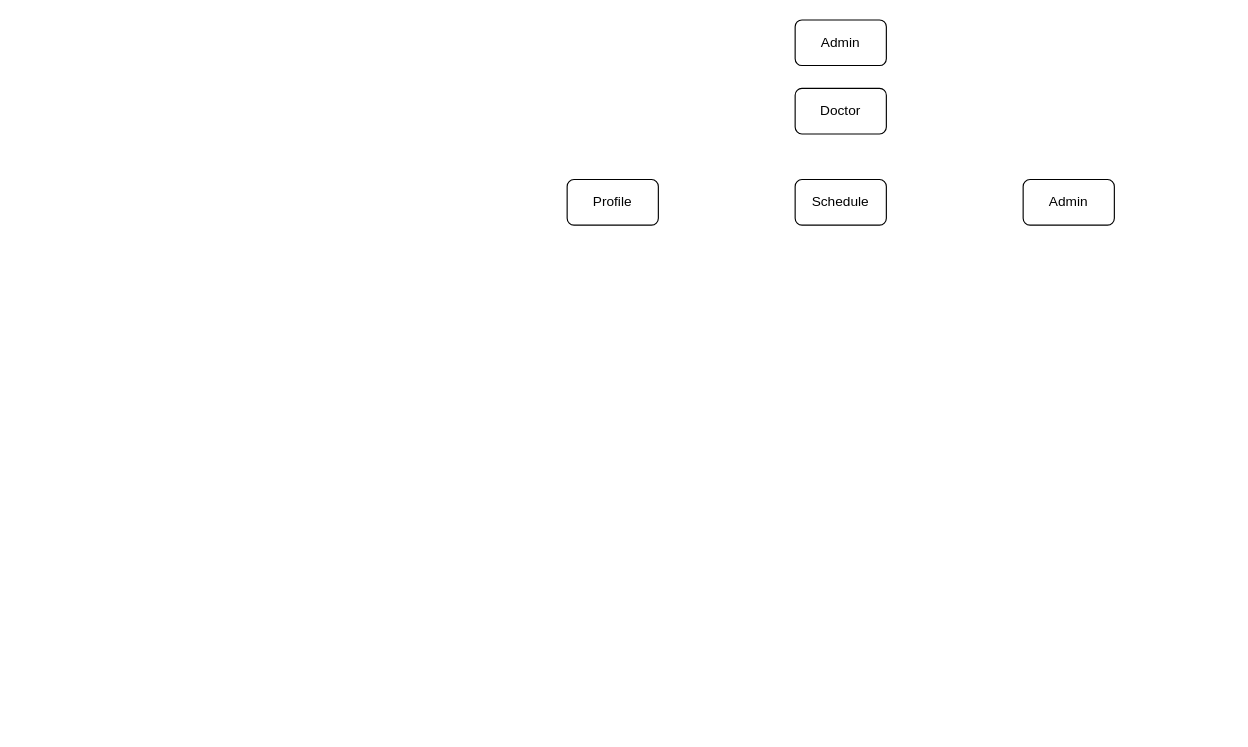
Above: page "Doctor" (2 of 3) of carenting.drawio in Aadi2001/Carenting (draw.io), before the change. Source tidied: cells renumbered, new cells numbered last; positions are measured from the earlier drawing's top-left corner, leaving out a move shared by most shapes. Both pictures are drawn from the tidied source at 114%, with x=0, y=0 at pixel (567, 19).
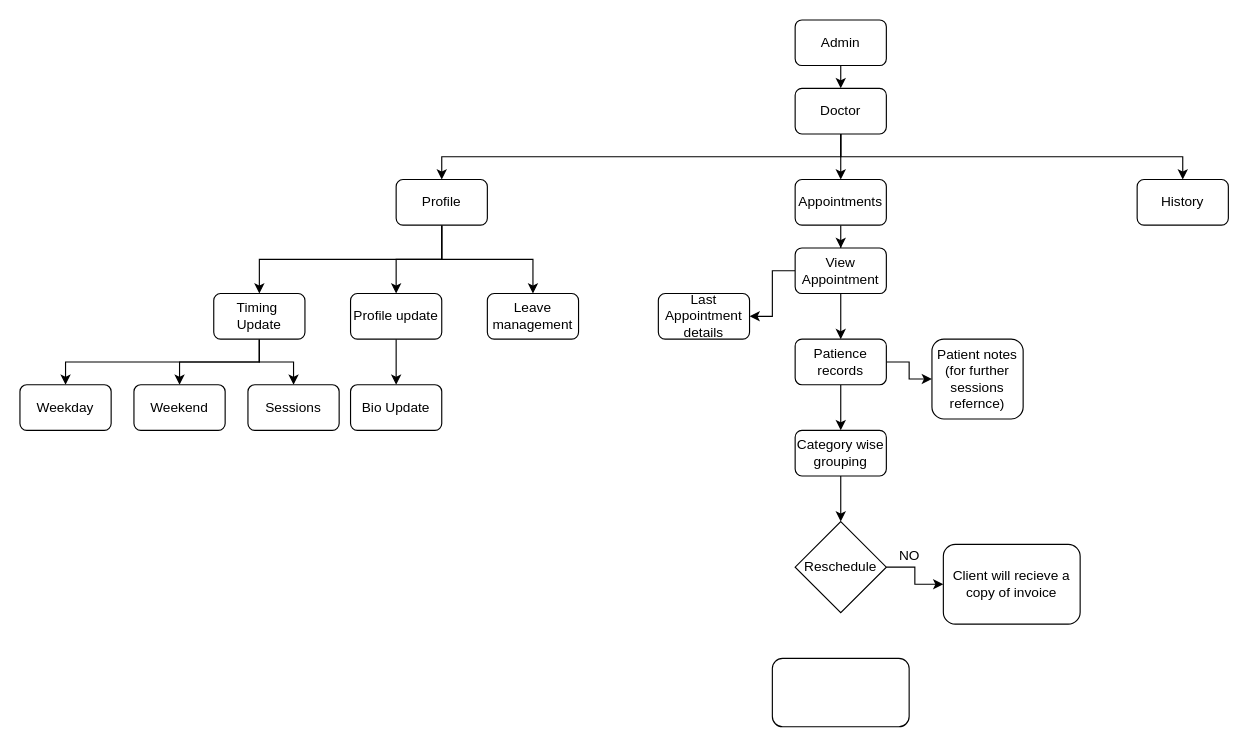
Above is the later version.

Unchanged cells that the change refers to:
```xml
<mxCell id="2" value="Doctor" style="rounded=1;whiteSpace=wrap;html=1;" parent="1" vertex="1">
  <mxGeometry x="200" y="60" width="80" height="40" as="geometry" />
</mxCell>
<mxCell id="6" value="Admin" style="rounded=1;whiteSpace=wrap;html=1;" parent="1" vertex="1">
  <mxGeometry x="200" width="80" height="40" as="geometry" />
</mxCell>
```

Diff of the diagram source:
```diff
@@
+    <mxCell id="7" style="edgeStyle=orthogonalEdgeStyle;rounded=0;jettySize=auto;html=1;exitX=0.5;exitY=1;exitDx=0;exitDy=0;entryX=0.5;entryY=0;entryDx=0;entryDy=0;" parent="1" edge="1" source="2" target="3">
+      <mxGeometry relative="1" as="geometry" />
+    </mxCell>
+    <mxCell id="8" style="edgeStyle=orthogonalEdgeStyle;rounded=0;jettySize=auto;html=1;exitX=0.5;exitY=1;exitDx=0;exitDy=0;" parent="1" edge="1" source="2" target="18">
+      <mxGeometry relative="1" as="geometry" />
+    </mxCell>
+    <mxCell id="9" style="edgeStyle=orthogonalEdgeStyle;rounded=0;jettySize=auto;html=1;exitX=0.5;exitY=1;exitDx=0;exitDy=0;entryX=0.5;entryY=0;entryDx=0;entryDy=0;" parent="1" edge="1" source="2" target="5">
+      <mxGeometry relative="1" as="geometry" />
+    </mxCell>
@@
+    <mxCell id="10" style="edgeStyle=orthogonalEdgeStyle;rounded=0;jettySize=auto;html=1;exitX=0.5;exitY=1;exitDx=0;exitDy=0;entryX=0.5;entryY=0;entryDx=0;entryDy=0;" parent="1" edge="1" source="3" target="4">
+      <mxGeometry relative="1" as="geometry" />
+    </mxCell>
+    <mxCell id="11" style="edgeStyle=orthogonalEdgeStyle;rounded=0;jettySize=auto;html=1;exitX=0.5;exitY=1;exitDx=0;exitDy=0;entryX=0.5;entryY=0;entryDx=0;entryDy=0;" parent="1" edge="1" source="3" target="20">
+      <mxGeometry relative="1" as="geometry" />
+    </mxCell>
+    <mxCell id="12" style="edgeStyle=orthogonalEdgeStyle;rounded=0;jettySize=auto;html=1;exitX=0.5;exitY=1;exitDx=0;exitDy=0;entryX=0.5;entryY=0;entryDx=0;entryDy=0;" parent="1" edge="1" source="3" target="21">
+      <mxGeometry relative="1" as="geometry" />
+    </mxCell>
     <mxCell id="3" value="Profile" style="rounded=1;whiteSpace=wrap;html=1;" parent="1" vertex="1">
-      <mxGeometry y="140" width="80" height="40" as="geometry" />
+      <mxGeometry x="-150" y="140" width="80" height="40" as="geometry" />
     </mxCell>
+    <mxCell id="13" style="edgeStyle=orthogonalEdgeStyle;rounded=0;jettySize=auto;html=1;exitX=0.5;exitY=1;exitDx=0;exitDy=0;entryX=0.5;entryY=0;entryDx=0;entryDy=0;" parent="1" edge="1" source="4" target="31">
+      <mxGeometry relative="1" as="geometry" />
+    </mxCell>
+    <mxCell id="14" style="edgeStyle=orthogonalEdgeStyle;rounded=0;jettySize=auto;html=1;exitX=0.5;exitY=1;exitDx=0;exitDy=0;entryX=0.5;entryY=0;entryDx=0;entryDy=0;" parent="1" edge="1" source="4" target="32">
+      <mxGeometry relative="1" as="geometry" />
+    </mxCell>
+    <mxCell id="15" style="edgeStyle=orthogonalEdgeStyle;rounded=0;jettySize=auto;html=1;exitX=0.5;exitY=1;exitDx=0;exitDy=0;entryX=0.5;entryY=0;entryDx=0;entryDy=0;" parent="1" edge="1" source="4" target="30">
+      <mxGeometry relative="1" as="geometry" />
+    </mxCell>
-    <mxCell id="4" value="Schedule" style="rounded=1;whiteSpace=wrap;html=1;" parent="1" vertex="1">
-      <mxGeometry x="200" y="140" width="80" height="40" as="geometry" />
+    <mxCell id="4" value="Timing&amp;nbsp; Update" style="rounded=1;whiteSpace=wrap;html=1;" parent="1" vertex="1">
+      <mxGeometry x="-310" y="240" width="80" height="40" as="geometry" />
     </mxCell>
-    <mxCell id="5" value="Admin" style="rounded=1;whiteSpace=wrap;html=1;" parent="1" vertex="1">
-      <mxGeometry x="400" y="140" width="80" height="40" as="geometry" />
+    <mxCell id="5" value="History" style="rounded=1;whiteSpace=wrap;html=1;" parent="1" vertex="1">
+      <mxGeometry x="500" y="140" width="80" height="40" as="geometry" />
     </mxCell>
+    <mxCell id="16" style="edgeStyle=orthogonalEdgeStyle;rounded=0;jettySize=auto;html=1;exitX=0.5;exitY=1;exitDx=0;exitDy=0;entryX=0.5;entryY=0;entryDx=0;entryDy=0;" parent="1" edge="1" source="6" target="2">
+      <mxGeometry relative="1" as="geometry" />
+    </mxCell>
@@
+    <mxCell id="17" style="edgeStyle=orthogonalEdgeStyle;rounded=0;jettySize=auto;html=1;exitX=0.5;exitY=1;exitDx=0;exitDy=0;" parent="1" edge="1" source="18" target="25">
+      <mxGeometry relative="1" as="geometry" />
+    </mxCell>
+    <mxCell id="18" value="Appointments" style="rounded=1;whiteSpace=wrap;html=1;" parent="1" vertex="1">
+      <mxGeometry x="200" y="140" width="80" height="40" as="geometry" />
+    </mxCell>
+    <mxCell id="19" style="edgeStyle=orthogonalEdgeStyle;rounded=0;jettySize=auto;html=1;exitX=0.5;exitY=1;exitDx=0;exitDy=0;entryX=0.5;entryY=0;entryDx=0;entryDy=0;" parent="1" edge="1" source="20" target="29">
+      <mxGeometry relative="1" as="geometry" />
+    </mxCell>
+    <mxCell id="20" value="Profile update" style="rounded=1;whiteSpace=wrap;html=1;" parent="1" vertex="1">
+      <mxGeometry x="-190" y="240" width="80" height="40" as="geometry" />
+    </mxCell>
+    <mxCell id="21" value="Leave management" style="rounded=1;whiteSpace=wrap;html=1;" parent="1" vertex="1">
+      <mxGeometry x="-70" y="240" width="80" height="40" as="geometry" />
+    </mxCell>
+    <mxCell id="22" value="Last Appointment details" style="rounded=1;whiteSpace=wrap;html=1;" parent="1" vertex="1">
+      <mxGeometry x="80" y="240" width="80" height="40" as="geometry" />
+    </mxCell>
+    <mxCell id="23" style="edgeStyle=orthogonalEdgeStyle;rounded=0;jettySize=auto;html=1;exitX=0;exitY=0.5;exitDx=0;exitDy=0;entryX=1;entryY=0.5;entryDx=0;entryDy=0;" parent="1" edge="1" source="25" target="22">
+      <mxGeometry relative="1" as="geometry" />
+    </mxCell>
+    <mxCell id="24" style="edgeStyle=orthogonalEdgeStyle;rounded=0;jettySize=auto;html=1;exitX=0.5;exitY=1;exitDx=0;exitDy=0;" parent="1" edge="1" source="25" target="28">
+      <mxGeometry relative="1" as="geometry" />
+    </mxCell>
+    <mxCell id="25" value="View Appointment" style="rounded=1;whiteSpace=wrap;html=1;" parent="1" vertex="1">
+      <mxGeometry x="200" y="200" width="80" height="40" as="geometry" />
+    </mxCell>
+    <mxCell id="26" style="edgeStyle=orthogonalEdgeStyle;rounded=0;jettySize=auto;html=1;exitX=1;exitY=0.5;exitDx=0;exitDy=0;entryX=0;entryY=0.5;entryDx=0;entryDy=0;" parent="1" edge="1" source="28" target="33">
+      <mxGeometry relative="1" as="geometry" />
+    </mxCell>
+    <mxCell id="27" style="edgeStyle=orthogonalEdgeStyle;rounded=0;jettySize=auto;html=1;exitX=0.5;exitY=1;exitDx=0;exitDy=0;entryX=0.5;entryY=0;entryDx=0;entryDy=0;" parent="1" edge="1" source="28" target="35">
+      <mxGeometry relative="1" as="geometry" />
+    </mxCell>
+    <mxCell id="28" value="Patience&lt;br&gt;records" style="rounded=1;whiteSpace=wrap;html=1;" parent="1" vertex="1">
+      <mxGeometry x="200" y="280" width="80" height="40" as="geometry" />
+    </mxCell>
+    <mxCell id="29" value="Bio Update" style="rounded=1;whiteSpace=wrap;html=1;" parent="1" vertex="1">
+      <mxGeometry x="-190" y="320" width="80" height="40" as="geometry" />
+    </mxCell>
+    <mxCell id="30" value="Sessions" style="rounded=1;whiteSpace=wrap;html=1;" parent="1" vertex="1">
+      <mxGeometry x="-280" y="320" width="80" height="40" as="geometry" />
+    </mxCell>
+    <mxCell id="31" value="Weekday" style="rounded=1;whiteSpace=wrap;html=1;" parent="1" vertex="1">
+      <mxGeometry x="-480" y="320" width="80" height="40" as="geometry" />
+    </mxCell>
+    <mxCell id="32" value="Weekend" style="rounded=1;whiteSpace=wrap;html=1;" parent="1" vertex="1">
+      <mxGeometry x="-380" y="320" width="80" height="40" as="geometry" />
+    </mxCell>
+    <mxCell id="33" value="Patient notes&lt;br&gt;(for further sessions refernce)" style="rounded=1;whiteSpace=wrap;html=1;" parent="1" vertex="1">
+      <mxGeometry x="320" y="280" width="80" height="70" as="geometry" />
+    </mxCell>
+    <mxCell id="34" style="edgeStyle=orthogonalEdgeStyle;rounded=0;jettySize=auto;html=1;exitX=0.5;exitY=1;exitDx=0;exitDy=0;entryX=0.5;entryY=0;entryDx=0;entryDy=0;" parent="1" edge="1" source="35" target="37">
+      <mxGeometry relative="1" as="geometry" />
+    </mxCell>
+    <mxCell id="35" value="Category wise grouping" style="rounded=1;whiteSpace=wrap;html=1;" parent="1" vertex="1">
+      <mxGeometry x="200" y="360" width="80" height="40" as="geometry" />
+    </mxCell>
+    <mxCell id="36" style="edgeStyle=orthogonalEdgeStyle;rounded=0;jettySize=auto;html=1;exitX=1;exitY=0.5;exitDx=0;exitDy=0;entryX=0;entryY=0.5;entryDx=0;entryDy=0;" parent="1" edge="1" source="37" target="38">
+      <mxGeometry relative="1" as="geometry" />
+    </mxCell>
+    <mxCell id="37" value="Reschedule" style="rhombus;whiteSpace=wrap;html=1;" parent="1" vertex="1">
+      <mxGeometry x="200" y="440" width="80" height="80" as="geometry" />
+    </mxCell>
+    <mxCell id="38" value="Client will recieve a copy of invoice" style="rounded=1;whiteSpace=wrap;html=1;" parent="1" vertex="1">
+      <mxGeometry x="330" y="460" width="120" height="70" as="geometry" />
+    </mxCell>
+    <mxCell id="39" value="NO" style="text;html=1;align=center;verticalAlign=middle;" parent="1" vertex="1">
+      <mxGeometry x="285" y="460" width="30" height="20" as="geometry" />
+    </mxCell>
+    <mxCell id="40" style="rounded=1;whiteSpace=wrap;html=1;" parent="1" vertex="1">
+      <mxGeometry x="180" y="560" width="120" height="60" as="geometry" />
+    </mxCell>
```
